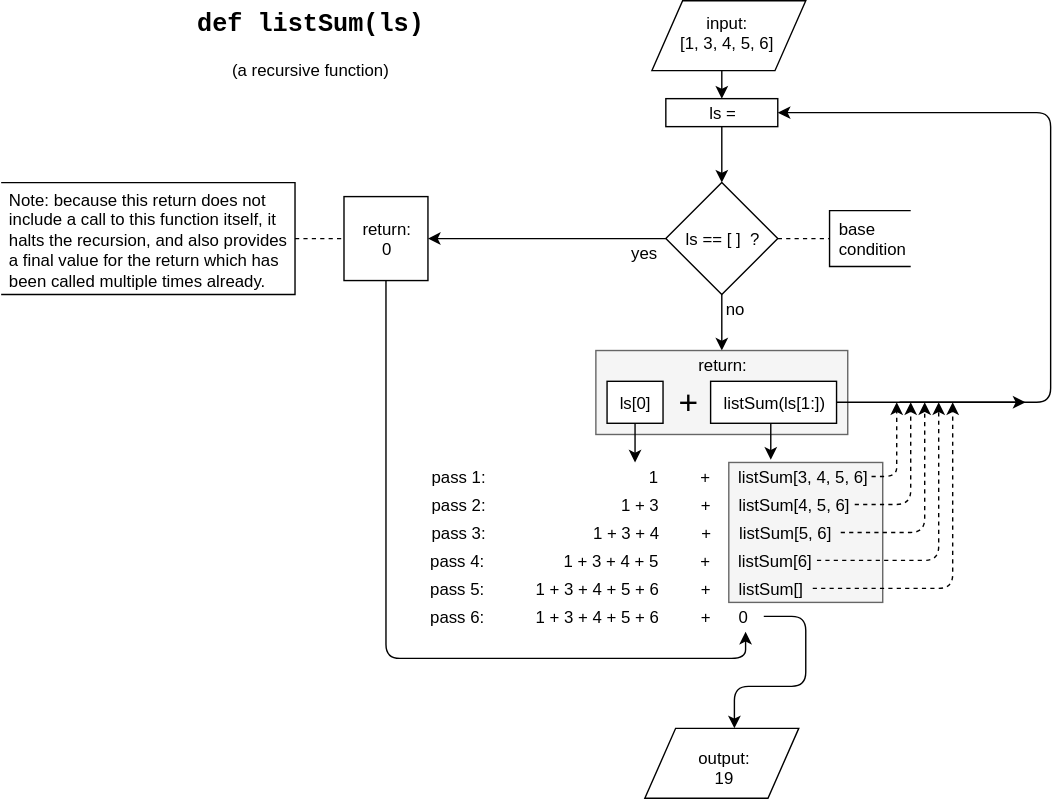
Earlier version of the draw.io export diagrams/recursion1.svg (jinjagit/JupyterNotebooks). Source tidied: cells renumbered, new cells last; positions are measured from the earlier drawing's top-left corner, leaving out a move shared by most shapes.
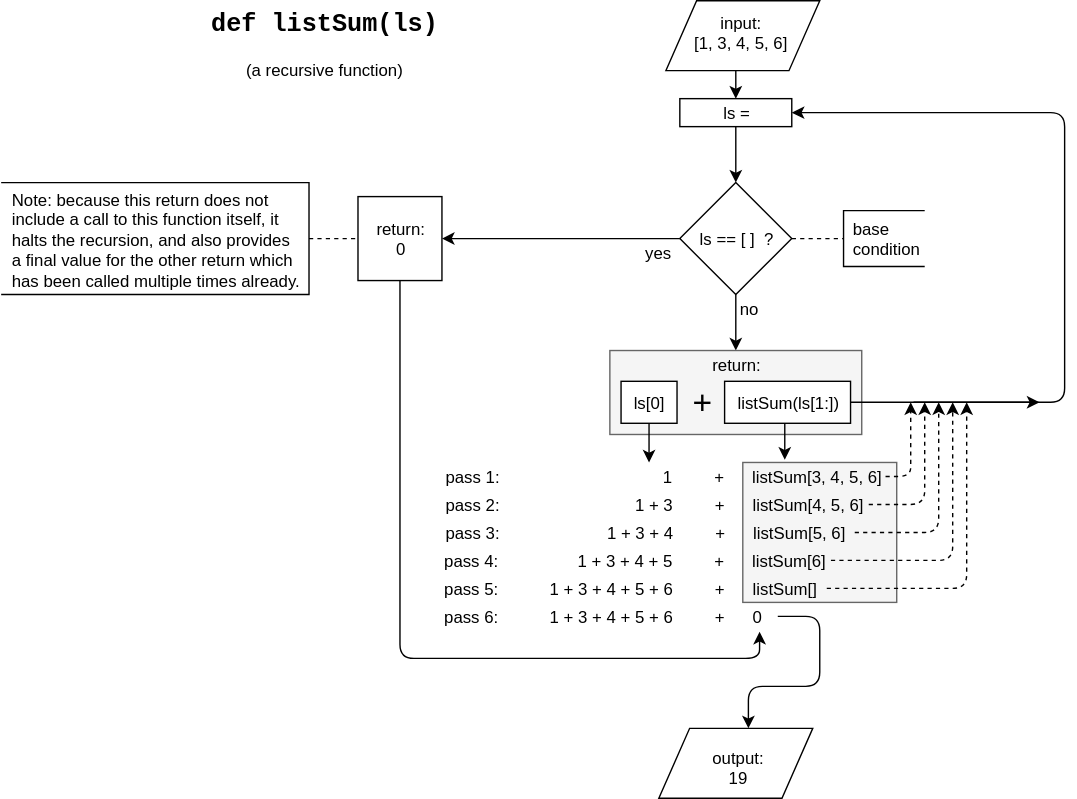
After the change.

Diff of the diagram source:
```diff
@@ -126,8 +126,8 @@
     <mxCell id="34" value="&lt;font style=&quot;font-size: 18px&quot; face=&quot;Courier New&quot;&gt;&lt;b&gt;def listSum(ls)&lt;/b&gt;&lt;/font&gt;&lt;br&gt;&lt;br&gt;(a recursive function)&lt;br&gt;" style="text;html=1;strokeColor=none;fillColor=none;align=center;verticalAlign=middle;whiteSpace=wrap;rounded=0;" parent="1" vertex="1">
       <mxGeometry x="136" width="170" height="60" as="geometry" />
     </mxCell>
-    <mxCell id="35" value="&lt;div style=&quot;text-align: left&quot;&gt;&lt;span&gt;Note: because this return does not include a call to this function itself, it halts the recursion, and also provides a final value for the return which has been called multiple times already.&lt;/span&gt;&lt;/div&gt;" style="text;html=1;strokeColor=none;fillColor=none;align=center;verticalAlign=middle;whiteSpace=wrap;rounded=0;" parent="1" vertex="1">
-      <mxGeometry x="5" y="130" width="210" height="80" as="geometry" />
+    <mxCell id="35" value="&lt;div style=&quot;text-align: left&quot;&gt;&lt;span&gt;Note: because this return does not include a call to this function itself, it halts the recursion, and also provides a final value for the other return which has been called multiple times already.&lt;/span&gt;&lt;/div&gt;" style="text;html=1;strokeColor=none;fillColor=none;align=center;verticalAlign=middle;whiteSpace=wrap;rounded=0;" parent="1" vertex="1">
+      <mxGeometry x="-3" y="130" width="210" height="80" as="geometry" />
     </mxCell>
     <mxCell id="36" style="shape=parallelogram;perimeter=parallelogramPerimeter;whiteSpace=wrap;html=1;" parent="1" vertex="1">
       <mxGeometry x="460" y="520" width="110" height="50" as="geometry" />
@@ -154,7 +154,7 @@
       <mxGeometry relative="1" as="geometry" />
     </mxCell>
     <mxCell id="42" style="strokeWidth=1;html=1;shape=mxgraph.flowchart.annotation_1;align=left;flipH=1;" parent="1" vertex="1">
-      <mxGeometry y="130" width="210" height="80" as="geometry" />
+      <mxGeometry x="-10" y="130" width="220" height="80" as="geometry" />
     </mxCell>
     <mxCell id="43" style="endArrow=none;dashed=1;html=1;entryX=0;entryY=0.5;exitX=0;exitY=0.5;exitPerimeter=0;" parent="1" edge="1" source="42" target="31">
       <mxGeometry relative="1" as="geometry" />
```
